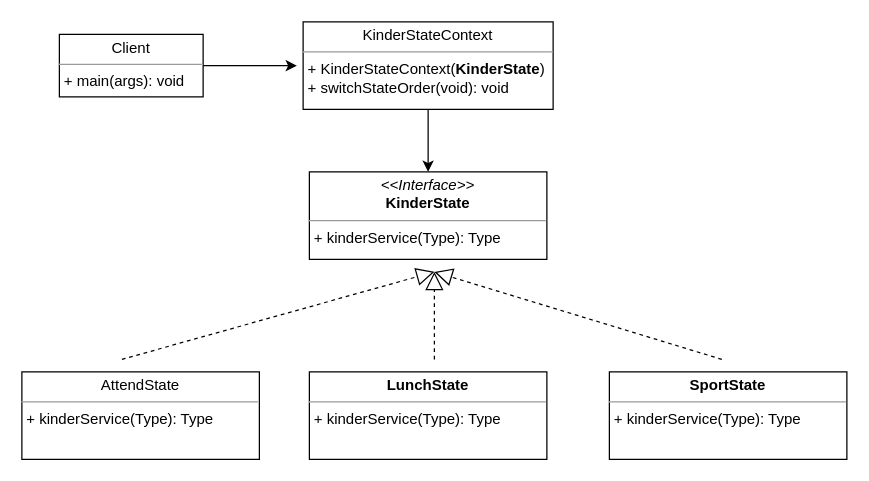
This is classdiagram/state.drawio from igdnss/java_state, a draw.io file, before an edit. Source tidied: cells renumbered, new cells numbered last; positions are measured from the earlier drawing's top-left corner, leaving out a move shared by most shapes. Both pictures are drawn from the tidied source at 125%, with x=0, y=0 at pixel (21, 21).
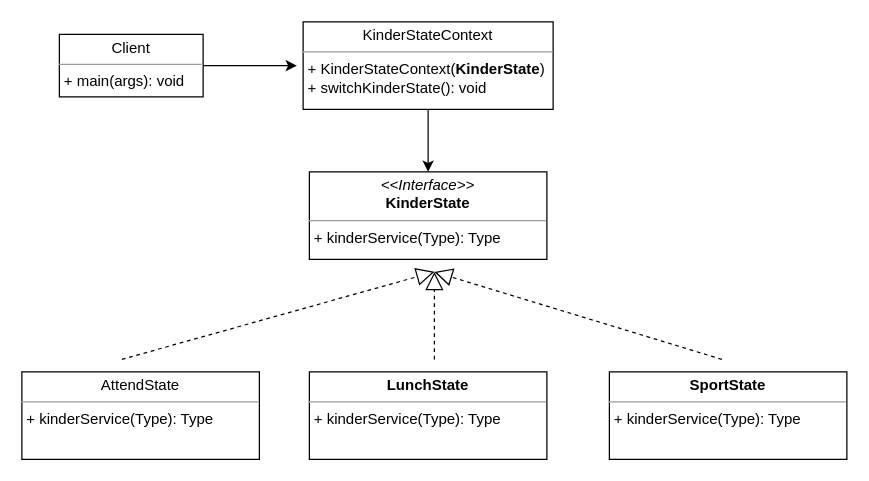
The same diagram, later.

Diff of the diagram source:
```diff
@@
 <mxGraphModel>
   <root>
     <mxCell id="0" />
     <mxCell id="1" parent="0" />
     <mxCell id="2" value="&lt;p style=&quot;margin: 0px ; margin-top: 4px ; text-align: center&quot;&gt;&lt;i&gt;&amp;lt;&amp;lt;Interface&amp;gt;&amp;gt;&lt;/i&gt;&lt;br&gt;&lt;b&gt;KinderState&lt;/b&gt;&lt;/p&gt;&lt;hr size=&quot;1&quot;&gt;&lt;p style=&quot;margin: 0px ; margin-left: 4px&quot;&gt;+ kinderService(Type): Type&lt;br&gt;&lt;/p&gt;" style="verticalAlign=top;align=left;overflow=fill;fontSize=12;fontFamily=Helvetica;html=1;" parent="1" vertex="1">
       <mxGeometry x="230" y="120" width="190" height="70" as="geometry" />
     </mxCell>
     <mxCell id="3" value="&lt;p style=&quot;margin: 0px ; margin-top: 4px ; text-align: center&quot;&gt;AttendState&lt;br&gt;&lt;/p&gt;&lt;hr size=&quot;1&quot;&gt;&lt;p style=&quot;margin: 0px ; margin-left: 4px&quot;&gt;+ kinderService(Type): Type&lt;br&gt;&lt;/p&gt;" style="verticalAlign=top;align=left;overflow=fill;fontSize=12;fontFamily=Helvetica;html=1;" parent="1" vertex="1">
       <mxGeometry y="280" width="190" height="70" as="geometry" />
     </mxCell>
     <mxCell id="4" value="&lt;p style=&quot;margin: 0px ; margin-top: 4px ; text-align: center&quot;&gt;&lt;b&gt;LunchState&lt;/b&gt;&lt;/p&gt;&lt;hr size=&quot;1&quot;&gt;&lt;p style=&quot;margin: 0px ; margin-left: 4px&quot;&gt;+ kinderService(Type): Type&lt;br&gt;&lt;/p&gt;" style="verticalAlign=top;align=left;overflow=fill;fontSize=12;fontFamily=Helvetica;html=1;" parent="1" vertex="1">
       <mxGeometry x="230" y="280" width="190" height="70" as="geometry" />
     </mxCell>
     <mxCell id="5" value="&lt;p style=&quot;margin: 0px ; margin-top: 4px ; text-align: center&quot;&gt;&lt;b&gt;SportState&lt;/b&gt;&lt;/p&gt;&lt;hr size=&quot;1&quot;&gt;&lt;p style=&quot;margin: 0px ; margin-left: 4px&quot;&gt;+ kinderService(Type): Type&lt;br&gt;&lt;/p&gt;" style="verticalAlign=top;align=left;overflow=fill;fontSize=12;fontFamily=Helvetica;html=1;" parent="1" vertex="1">
       <mxGeometry x="470" y="280" width="190" height="70" as="geometry" />
     </mxCell>
     <mxCell id="6" style="endArrow=block;dashed=1;endFill=0;endSize=12;html=1;" parent="1" edge="1">
       <mxGeometry relative="1" as="geometry">
         <mxPoint x="80" y="270" as="sourcePoint" />
         <mxPoint x="330" y="200" as="targetPoint" />
       </mxGeometry>
     </mxCell>
     <mxCell id="7" style="endArrow=block;dashed=1;endFill=0;endSize=12;html=1;" parent="1" edge="1">
       <mxGeometry relative="1" as="geometry">
         <mxPoint x="330" y="270" as="sourcePoint" />
         <mxPoint x="330" y="200" as="targetPoint" />
       </mxGeometry>
     </mxCell>
     <mxCell id="8" style="endArrow=block;dashed=1;endFill=0;endSize=12;html=1;" parent="1" edge="1">
       <mxGeometry relative="1" as="geometry">
         <mxPoint x="560" y="270" as="sourcePoint" />
         <mxPoint x="330" y="200" as="targetPoint" />
       </mxGeometry>
     </mxCell>
     <mxCell id="9" style="edgeStyle=orthogonalEdgeStyle;rounded=0;jettySize=auto;html=1;" parent="1" edge="1" source="10">
       <mxGeometry relative="1" as="geometry">
         <mxPoint x="325" y="120" as="targetPoint" />
       </mxGeometry>
     </mxCell>
-    <mxCell id="10" value="&lt;p style=&quot;margin: 0px ; margin-top: 4px ; text-align: center&quot;&gt;KinderStateContext&lt;br&gt;&lt;/p&gt;&lt;hr size=&quot;1&quot;&gt;&lt;p style=&quot;margin: 0px ; margin-left: 4px&quot;&gt;+&amp;nbsp;&lt;span style=&quot;text-align: center&quot;&gt;KinderStateContext&lt;/span&gt;(&lt;b style=&quot;text-align: center&quot;&gt;KinderState&lt;/b&gt;)&lt;br&gt;&lt;/p&gt;&lt;p style=&quot;margin: 0px ; margin-left: 4px&quot;&gt;+ switchStateOrder(void): void&lt;br&gt;&lt;/p&gt;" style="verticalAlign=top;align=left;overflow=fill;fontSize=12;fontFamily=Helvetica;html=1;" parent="1" vertex="1">
+    <mxCell id="10" value="&lt;p style=&quot;margin: 0px ; margin-top: 4px ; text-align: center&quot;&gt;KinderStateContext&lt;br&gt;&lt;/p&gt;&lt;hr size=&quot;1&quot;&gt;&lt;p style=&quot;margin: 0px ; margin-left: 4px&quot;&gt;+&amp;nbsp;&lt;span style=&quot;text-align: center&quot;&gt;KinderStateContext&lt;/span&gt;(&lt;b style=&quot;text-align: center&quot;&gt;KinderState&lt;/b&gt;)&lt;br&gt;&lt;/p&gt;&lt;p style=&quot;margin: 0px ; margin-left: 4px&quot;&gt;+ switchKinderState(): void&lt;br&gt;&lt;/p&gt;" style="verticalAlign=top;align=left;overflow=fill;fontSize=12;fontFamily=Helvetica;html=1;" parent="1" vertex="1">
       <mxGeometry x="225" width="200" height="70" as="geometry" />
     </mxCell>
     <mxCell id="11" style="edgeStyle=orthogonalEdgeStyle;rounded=0;jettySize=auto;html=1;" parent="1" edge="1" source="12">
       <mxGeometry relative="1" as="geometry">
         <mxPoint x="220" y="35" as="targetPoint" />
       </mxGeometry>
     </mxCell>
     <mxCell id="12" value="&lt;p style=&quot;margin: 0px ; margin-top: 4px ; text-align: center&quot;&gt;Client&lt;/p&gt;&lt;hr size=&quot;1&quot;&gt;&lt;p style=&quot;margin: 0px ; margin-left: 4px&quot;&gt;&lt;span&gt;+ main(args): void&lt;/span&gt;&lt;br&gt;&lt;/p&gt;" style="verticalAlign=top;align=left;overflow=fill;fontSize=12;fontFamily=Helvetica;html=1;" parent="1" vertex="1">
       <mxGeometry x="30" y="10" width="115" height="50" as="geometry" />
     </mxCell>
   </root>
 </mxGraphModel>
```
